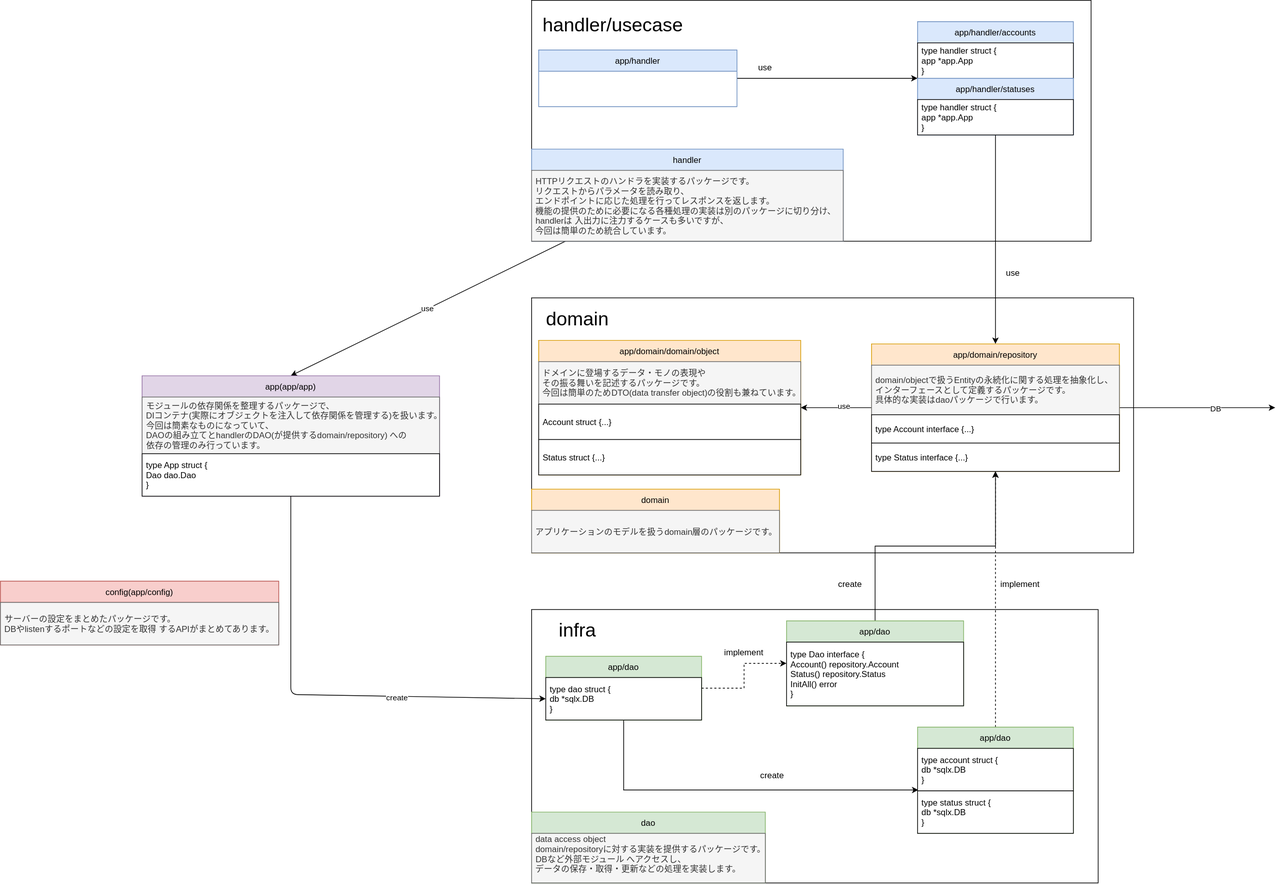
ryojiroakiyama/Go_twitter_backend keeps this draw.io diagram as drawing/architecture.drawio.svg. Above is the earlier version. Source tidied: cells renumbered, new cells last; positions are measured from the earlier drawing's top-left corner, leaving out a move shared by most shapes.
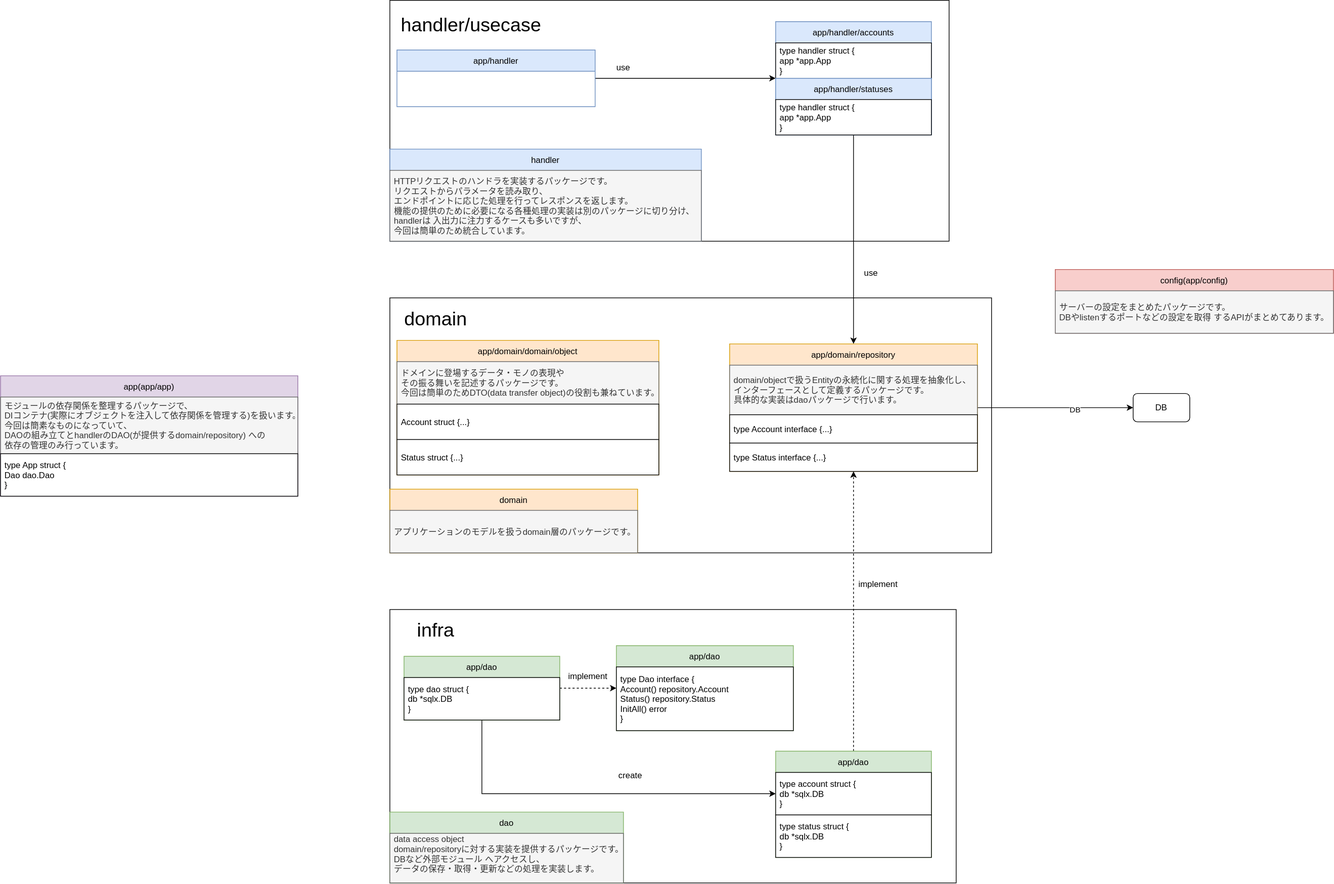
The same diagram one commit later.

Commit message:
tidy architecture

The edit, as a diff of the source:
```diff
@@ -5,25 +5,14 @@
     <mxCell id="2" style="rounded=0;whiteSpace=wrap;html=1;fillColor=none;" parent="1" vertex="1">
       <mxGeometry x="750" y="860" width="800" height="386" as="geometry" />
     </mxCell>
-    <mxCell id="3" value="use" style="edgeStyle=none;html=1;entryX=0.5;entryY=0;entryDx=0;entryDy=0;" parent="1" edge="1" source="4" target="20">
-      <mxGeometry relative="1" as="geometry" />
-    </mxCell>
     <mxCell id="4" style="rounded=0;whiteSpace=wrap;html=1;fillColor=none;" parent="1" vertex="1">
       <mxGeometry x="750" width="790" height="340" as="geometry" />
     </mxCell>
     <mxCell id="5" style="rounded=0;whiteSpace=wrap;html=1;fillColor=none;" parent="1" vertex="1">
       <mxGeometry x="750" y="420" width="850" height="360" as="geometry" />
     </mxCell>
-    <mxCell id="6" style="edgeStyle=orthogonalEdgeStyle;rounded=0;jettySize=auto;html=1;fontSize=27;" parent="1" edge="1" source="10" target="14">
-      <mxGeometry relative="1" as="geometry" />
-    </mxCell>
-    <mxCell id="7" value="use" style="edgeLabel;html=1;align=center;verticalAlign=middle;" parent="6" vertex="1">
-      <mxGeometry x="-0.19" y="-3" relative="1" as="geometry" />
-    </mxCell>
-    <mxCell id="8" style="edgeStyle=none;html=1;" parent="1" edge="1" source="10">
-      <mxGeometry relative="1" as="geometry">
-        <mxPoint x="1800" y="575" as="targetPoint" />
-      </mxGeometry>
+    <mxCell id="8" style="edgeStyle=none;html=1;" parent="1" edge="1" source="10" target="58">
+      <mxGeometry relative="1" as="geometry" />
     </mxCell>
     <mxCell id="9" value="DB" style="edgeLabel;html=1;align=center;verticalAlign=middle;" parent="8" vertex="1">
       <mxGeometry x="0.23" y="-1" relative="1" as="geometry" />
@@ -52,18 +41,6 @@
     <mxCell id="17" value="Status struct {...}" style="text;align=left;verticalAlign=middle;spacingLeft=4;spacingRight=4;overflow=hidden;strokeColor=default;fillColor=default;" parent="14" vertex="1">
       <mxGeometry y="140" width="370" height="50" as="geometry" />
     </mxCell>
-    <mxCell id="18" style="edgeStyle=none;html=1;entryX=0;entryY=0.5;entryDx=0;entryDy=0;" parent="1" edge="1" source="20" target="40">
-      <mxGeometry relative="1" as="geometry">
-        <Array as="points">
-          <mxPoint x="410" y="980" />
-        </Array>
-      </mxGeometry>
-    </mxCell>
-    <mxCell id="19" value="create" style="edgeLabel;html=1;align=center;verticalAlign=middle;" parent="18" vertex="1">
-      <mxGeometry x="0.35" y="-2" relative="1" as="geometry">
-        <mxPoint x="-1" as="offset" />
-      </mxGeometry>
-    </mxCell>
     <mxCell id="20" value="app(app/app)" style="swimlane;fontStyle=0;horizontal=1;startSize=30;fillColor=#e1d5e7;strokeColor=#9673a6;" parent="1" vertex="1">
       <mxGeometry x="200" y="530" width="420" height="170" as="geometry" />
     </mxCell>
@@ -74,7 +51,7 @@
       <mxGeometry y="110" width="420" height="60" as="geometry" />
     </mxCell>
     <mxCell id="23" value="config(app/config)" style="swimlane;fontStyle=0;horizontal=1;startSize=30;fillColor=#f8cecc;strokeColor=#b85450;" parent="1" vertex="1">
-      <mxGeometry y="820" width="393" height="90" as="geometry" />
+      <mxGeometry x="1690" y="380" width="393" height="90" as="geometry" />
     </mxCell>
     <mxCell id="24" value="サーバーの設定をまとめたパッケージです。&#10;DBやlistenするポートなどの設定を取得 するAPIがまとめてあります。" style="text;align=left;verticalAlign=middle;spacingLeft=4;spacingRight=4;overflow=hidden;fillColor=#f5f5f5;fontColor=#333333;strokeColor=#666666;" parent="23" vertex="1">
       <mxGeometry y="30" width="393" height="60" as="geometry" />
@@ -118,8 +95,12 @@
     <mxCell id="37" style="edgeStyle=orthogonalEdgeStyle;rounded=0;jettySize=auto;html=1;fontSize=27;dashed=1;" parent="1" edge="1" source="39" target="42">
       <mxGeometry relative="1" as="geometry" />
     </mxCell>
-    <mxCell id="38" style="edgeStyle=orthogonalEdgeStyle;rounded=0;jettySize=auto;html=1;fontSize=27;entryX=0.005;entryY=0.98;entryDx=0;entryDy=0;entryPerimeter=0;" parent="1" edge="1" source="39" target="46">
-      <mxGeometry relative="1" as="geometry" />
+    <mxCell id="38" style="edgeStyle=orthogonalEdgeStyle;rounded=0;jettySize=auto;html=1;fontSize=27;entryX=0;entryY=0.5;entryDx=0;entryDy=0;" parent="1" edge="1" source="39" target="46">
+      <mxGeometry relative="1" as="geometry">
+        <Array as="points">
+          <mxPoint x="880" y="1120" />
+        </Array>
+      </mxGeometry>
     </mxCell>
     <mxCell id="39" value="app/dao" style="swimlane;fontStyle=0;horizontal=1;startSize=30;fillColor=#d5e8d4;strokeColor=#82b366;" parent="1" vertex="1">
       <mxGeometry x="770" y="926" width="220" height="90" as="geometry" />
@@ -127,11 +108,8 @@
     <mxCell id="40" value="type dao struct {&#10;        db *sqlx.DB&#10;    }" style="text;align=left;verticalAlign=middle;spacingLeft=4;spacingRight=4;overflow=hidden;points=[[0,0.5],[1,0.5]];portConstraint=eastwest;fillColor=default;strokeColor=default;" parent="39" vertex="1">
       <mxGeometry y="30" width="220" height="60" as="geometry" />
     </mxCell>
-    <mxCell id="41" style="edgeStyle=orthogonalEdgeStyle;rounded=0;jettySize=auto;html=1;fontSize=27;" parent="1" edge="1" source="42" target="10">
-      <mxGeometry relative="1" as="geometry" />
-    </mxCell>
     <mxCell id="42" value="app/dao" style="swimlane;fontStyle=0;horizontal=1;startSize=30;fillColor=#d5e8d4;strokeColor=#82b366;" parent="1" vertex="1">
-      <mxGeometry x="1110" y="876" width="250" height="120" as="geometry" />
+      <mxGeometry x="1070" y="911" width="250" height="120" as="geometry" />
     </mxCell>
     <mxCell id="43" value="type Dao interface {&#10;        Account() repository.Account&#10;Status() repository.Status&#10;InitAll() error&#10;    }" style="text;align=left;verticalAlign=middle;spacingLeft=4;spacingRight=4;overflow=hidden;fillColor=default;strokeColor=default;" parent="42" vertex="1">
       <mxGeometry y="30" width="250" height="90" as="geometry" />
@@ -140,7 +118,7 @@
       <mxGeometry relative="1" as="geometry" />
     </mxCell>
     <mxCell id="45" value="app/dao" style="swimlane;fontStyle=0;horizontal=1;startSize=30;fillColor=#d5e8d4;strokeColor=#82b366;" parent="1" vertex="1">
-      <mxGeometry x="1295" y="1026" width="220" height="150" as="geometry" />
+      <mxGeometry x="1295" y="1060" width="220" height="150" as="geometry" />
     </mxCell>
     <mxCell id="46" value="type account struct {&#10;        db *sqlx.DB&#10;    }" style="text;align=left;verticalAlign=middle;spacingLeft=4;spacingRight=4;overflow=hidden;points=[[0,0.5],[1,0.5]];portConstraint=eastwest;fillColor=default;strokeColor=default;" parent="45" vertex="1">
       <mxGeometry y="30" width="220" height="60" as="geometry" />
@@ -170,13 +148,13 @@
       <mxGeometry y="30" width="440" height="100" as="geometry" />
     </mxCell>
     <mxCell id="55" value="implement" style="text;html=1;strokeColor=none;fillColor=none;align=center;verticalAlign=middle;whiteSpace=wrap;rounded=0;" parent="1" vertex="1">
-      <mxGeometry x="1020" y="906" width="60" height="30" as="geometry" />
+      <mxGeometry x="1000" y="940" width="60" height="30" as="geometry" />
     </mxCell>
-    <mxCell id="56" value="create" style="text;html=1;strokeColor=none;fillColor=none;align=center;verticalAlign=middle;whiteSpace=wrap;rounded=0;" parent="1" vertex="1">
-      <mxGeometry x="1170" y="810" width="60" height="30" as="geometry" />
-    </mxCell>
     <mxCell id="57" value="create" style="text;html=1;strokeColor=none;fillColor=none;align=center;verticalAlign=middle;whiteSpace=wrap;rounded=0;" parent="1" vertex="1">
       <mxGeometry x="1060" y="1080" width="60" height="30" as="geometry" />
     </mxCell>
+    <mxCell id="58" value="DB" style="rounded=1;whiteSpace=wrap;html=1;" parent="1" vertex="1">
+      <mxGeometry x="1800" y="555" width="80" height="40" as="geometry" />
+    </mxCell>
   </root>
 </mxGraphModel>
```
